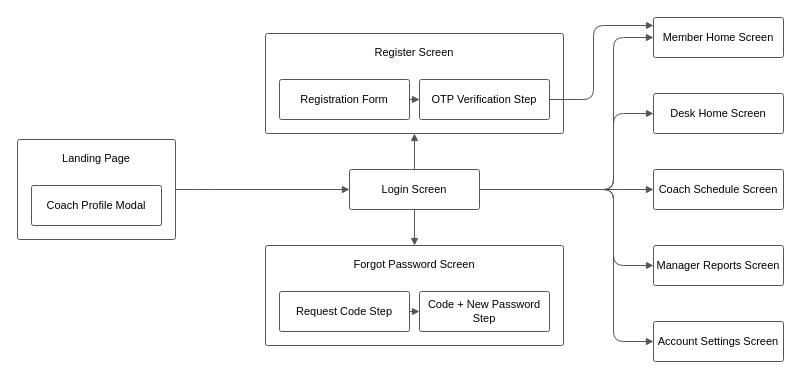
Earlier version of the draw.io diagram docs/drawio/01-Public-Auth.drawio (thanhsu263/sport-center-management-system). Source tidied: cells renumbered, new cells numbered last; positions are measured from the earlier drawing's top-left corner, leaving out a move shared by most shapes. Both pictures are drawn from the tidied source at 100%, with x=0, y=0 at pixel (17, 17).
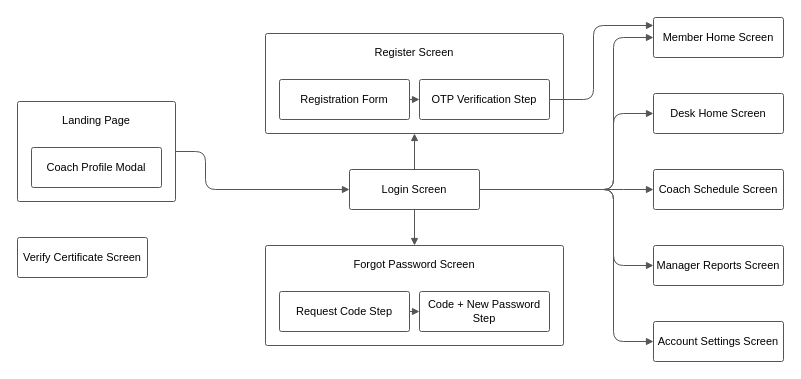
The same diagram, later.

The change refers to these unchanged cells:
```xml
<mxCell id="7" value="Login Screen" style="rounded=1;arcSize=5;whiteSpace=wrap;html=1;fillColor=#ffffff;strokeColor=#555555;strokeWidth=1;fontSize=11;fontFamily=Arial;shadow=0;" parent="1" vertex="1">
  <mxGeometry x="332" y="152" width="130" height="40" as="geometry" />
</mxCell>
```

What changed in the source:
```diff
@@
     <mxCell id="2" value="Landing Page" style="rounded=1;arcSize=2;whiteSpace=wrap;html=1;fillColor=#ffffff;strokeColor=#555555;strokeWidth=1;verticalAlign=top;align=center;spacingTop=6;fontStyle=0;fontSize=11;fontFamily=Arial;" parent="1" vertex="1">
-      <mxGeometry y="122" width="158" height="100" as="geometry" />
+      <mxGeometry y="84" width="158" height="100" as="geometry" />
     </mxCell>
@@
+    <mxCell id="27" value="Verify Certificate Screen" style="rounded=1;arcSize=5;whiteSpace=wrap;html=1;fillColor=#ffffff;strokeColor=#555555;strokeWidth=1;fontSize=11;fontFamily=Arial;shadow=0;" parent="1" vertex="1">
+      <mxGeometry y="220" width="130" height="40" as="geometry" />
+    </mxCell>
@@
     <mxCell id="16" style="edgeStyle=orthogonalEdgeStyle;rounded=1;html=1;endArrow=block;endFill=1;endSize=5;strokeColor=#555555;strokeWidth=1;fontSize=11;fontFamily=Arial;labelBackgroundColor=#ffffff;exitX=1;exitY=0.5;entryX=0;entryY=0.5;" parent="1" edge="1" source="2" target="7">
       <mxGeometry relative="1" as="geometry">
         <Array as="points">
-          <mxPoint x="188" y="172" />
+          <mxPoint x="188" y="134" />
           <mxPoint x="188" y="172" />
         </Array>
       </mxGeometry>
     </mxCell>
```
